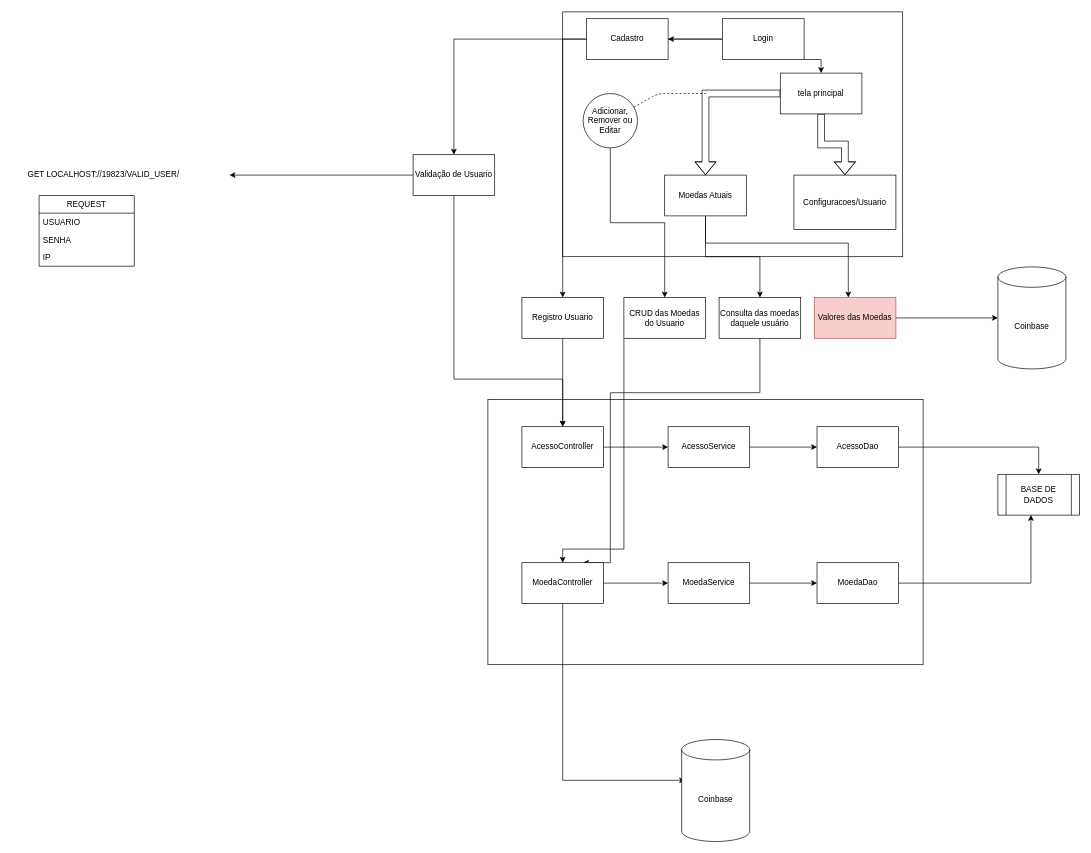
Before: documentacao/escopo_site_trab2.drawio in Amjardim/ProgramacaoWeb2, a draw.io diagram. Source tidied: cells renumbered, new cells numbered last; positions are measured from the earlier drawing's top-left corner, leaving out a move shared by most shapes. Both pictures are drawn from the tidied source at 68%, with x=0, y=0 at pixel (12, 12).
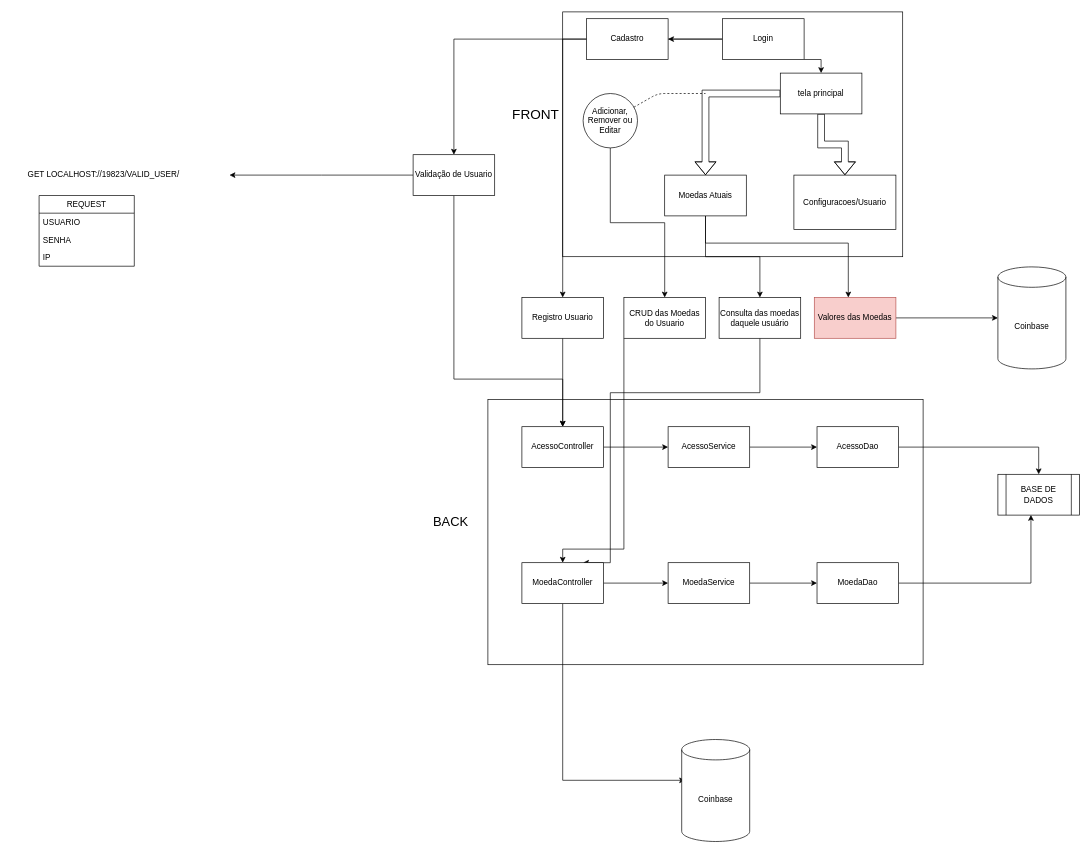
The same diagram, later.

Commit message:
atualizacao modelo

Change to the diagram source:
```diff
@@
+    <mxCell id="52" value="&lt;font style=&quot;font-size: 20px&quot;&gt;FRONT&lt;/font&gt;" style="text;html=1;align=center;verticalAlign=middle;strokeColor=none;" parent="1" vertex="1">
+      <mxGeometry x="730" y="140" width="80" height="20" as="geometry" />
+    </mxCell>
+    <mxCell id="53" value="&lt;font style=&quot;font-size: 19px&quot;&gt;BACK&lt;/font&gt;" style="text;html=1;align=center;verticalAlign=middle;strokeColor=none;" parent="1" vertex="1">
+      <mxGeometry x="610" y="740" width="70" height="20" as="geometry" />
+    </mxCell>
```
